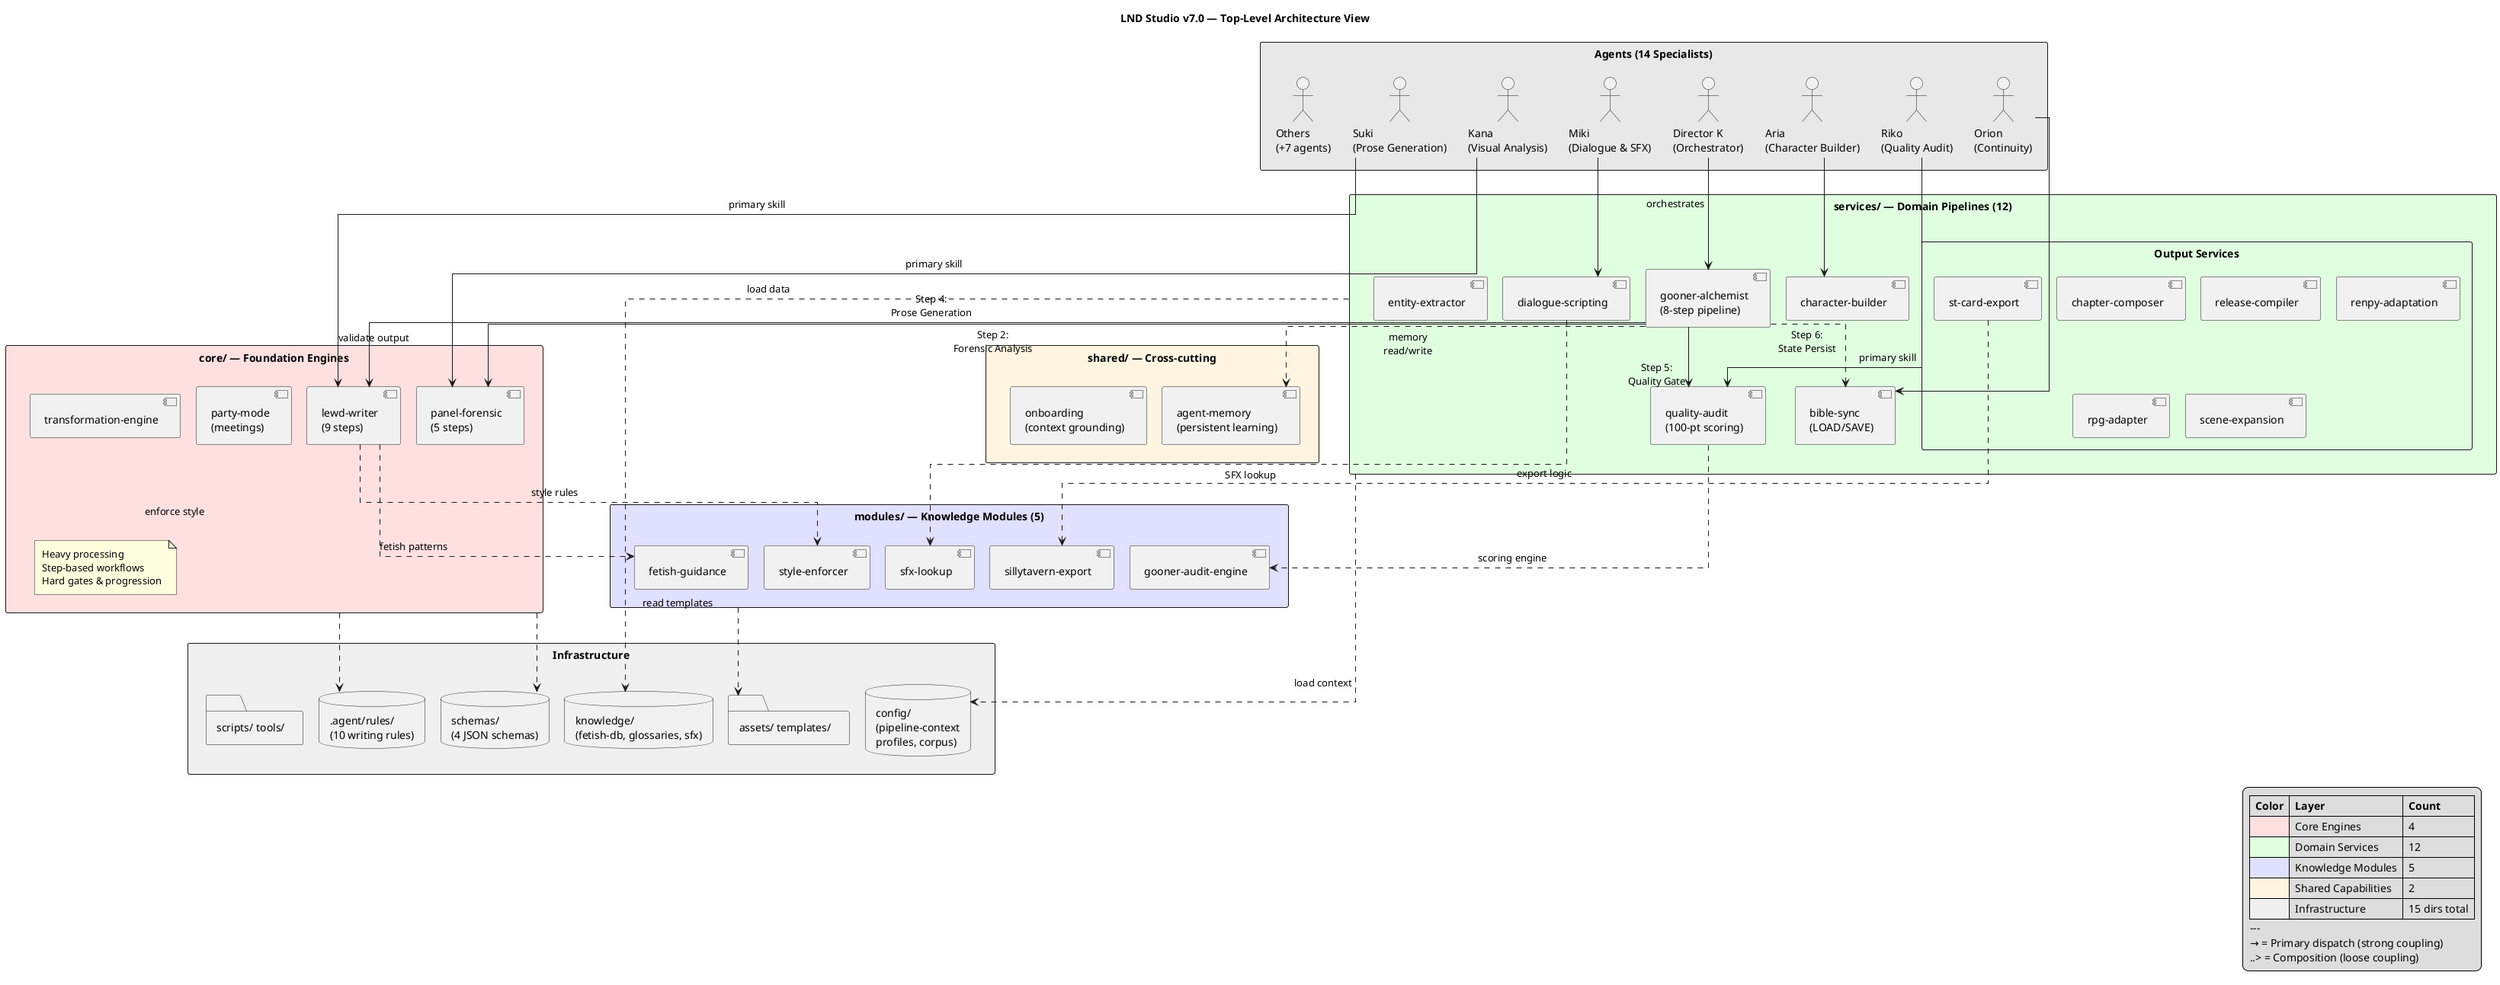
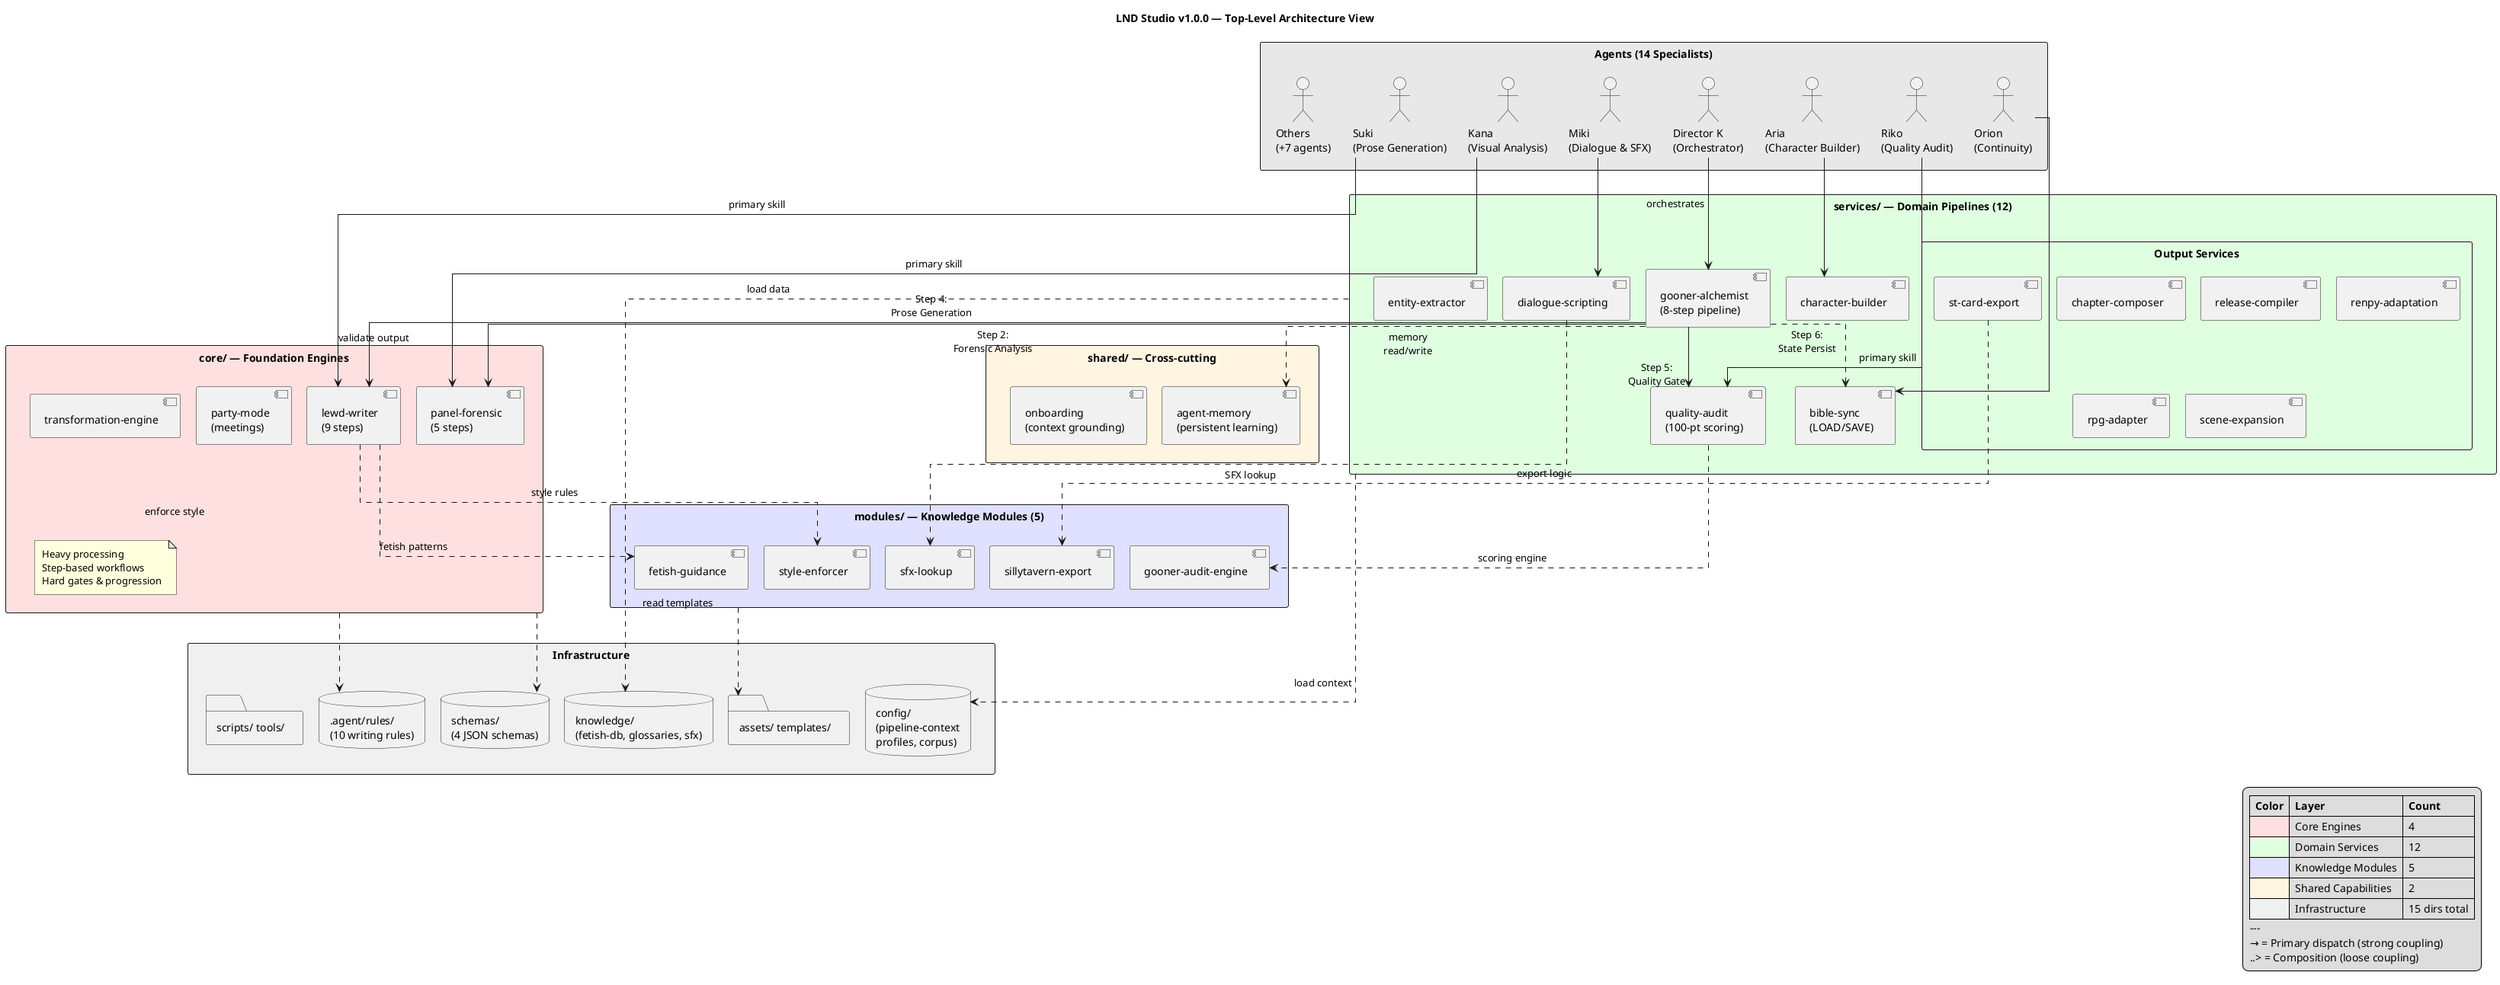
@startuml lnd_studio_top_level_view

- title LND Studio v7.0 — Top-Level Architecture View
+ title LND Studio v1.0.0 — Top-Level Architecture View
skinparam componentStyle uml2
skinparam packageStyle rectangle
skinparam linetype ortho
skinparam padding 4
skinparam nodesep 20
skinparam ranksep 30

' ============================================================
' AGENTS (external boundary)
' ============================================================
package "Agents (14 Specialists)" as AGENTS #e8e8e8 {
    actor "Director K\n(Orchestrator)" as DIR
    actor "Kana\n(Visual Analysis)" as KANA
    actor "Suki\n(Prose Generation)" as SUKI
    actor "Riko\n(Quality Audit)" as RIKO
    actor "Aria\n(Character Builder)" as ARIA
    actor "Miki\n(Dialogue & SFX)" as MIKI
    actor "Orion\n(Continuity)" as ORION
    actor "Others\n(+7 agents)" as OTHER_AGENTS
}

' ============================================================
' CORE LAYER — Foundation Engines
' ============================================================
package "core/ — Foundation Engines" as CORE #ffe0e0 {
    component "panel-forensic\n(5 steps)" as PF
    component "lewd-writer\n(9 steps)" as LW
    component "transformation-engine" as TE
    component "party-mode\n(meetings)" as PM

    note as N_CORE
        Heavy processing
        Step-based workflows
        Hard gates & progression
    end note
}

' ============================================================
' SERVICES LAYER — Business Logic Pipelines
' ============================================================
package "services/ — Domain Pipelines (12)" as SERVICES #e0ffe0 {
    component "gooner-alchemist\n(8-step pipeline)" as GA
    component "quality-audit\n(100-pt scoring)" as QA
    component "bible-sync\n(LOAD/SAVE)" as BS
    component "dialogue-scripting" as DS
    component "character-builder" as CB
    component "entity-extractor" as EE

    package "Output Services" as OUT_SVC {
        component "chapter-composer" as CC
        component "release-compiler" as RC
        component "renpy-adaptation" as RA
        component "rpg-adapter" as RPG
        component "st-card-export" as ST
        component "scene-expansion" as SE
    }
}

' ============================================================
' MODULES LAYER — Reusable Knowledge Utilities
' ============================================================
package "modules/ — Knowledge Modules (5)" as MODULES #e0e0ff {
    component "sfx-lookup" as SFX
    component "fetish-guidance" as FG
    component "gooner-audit-engine" as GAE
    component "style-enforcer" as STYLE
    component "sillytavern-export" as STE
}

' ============================================================
' SHARED — Cross-cutting Capabilities
' ============================================================
package "shared/ — Cross-cutting" as SHARED #fff5e0 {
    component "agent-memory\n(persistent learning)" as AM
    component "onboarding\n(context grounding)" as OB
}

' ============================================================
' INFRASTRUCTURE — Config, Schemas, Knowledge
' ============================================================
package "Infrastructure" as INFRA #f0f0f0 {
    database "config/\n(pipeline-context\nprofiles, corpus)" as CONFIG
    database "schemas/\n(4 JSON schemas)" as SCHEMAS
    database "knowledge/\n(fetish-db, glossaries, sfx)" as KNOWLEDGE
    database ".agent/rules/\n(10 writing rules)" as RULES
    folder "assets/ templates/" as ASSETS
    folder "scripts/ tools/" as TOOLS
}

' ============================================================
' RELATIONSHIPS — Agent → Skill
' ============================================================
DIR --> GA : orchestrates
KANA --> PF : primary skill
SUKI --> LW : primary skill
RIKO --> QA : primary skill
ARIA --> CB
MIKI --> DS
ORION --> BS

' ============================================================
' RELATIONSHIPS — Service → Core (delegation)
' ============================================================
GA -down-> PF : Step 2:\nForensic Analysis
GA -down-> LW : Step 4:\nProse Generation
GA -down-> QA : Step 5:\nQuality Gate

' ============================================================
' RELATIONSHIPS — Service → Module (composition)
' ============================================================
QA ..> GAE : scoring engine
DS ..> SFX : SFX lookup
LW ..> FG : fetish patterns
LW ..> STYLE : style rules
ST ..> STE : export logic

' ============================================================
' RELATIONSHIPS — Cross-cutting
' ============================================================
GA ..> BS : Step 6:\nState Persist
GA ..> AM : memory\nread/write
SHARED -[hidden]down- INFRA

' ============================================================
' RELATIONSHIPS — Infrastructure
' ============================================================
CORE ..> SCHEMAS : validate output
CORE ..> RULES : enforce style
SERVICES ..> CONFIG : load context
SERVICES ..> KNOWLEDGE : load data
MODULES ..> ASSETS : read templates

' ============================================================
' LEGEND
' ============================================================
legend right
    |= Color |= Layer |= Count |
    | <#ffe0e0> | Core Engines | 4 |
    | <#e0ffe0> | Domain Services | 12 |
    | <#e0e0ff> | Knowledge Modules | 5 |
    | <#fff5e0> | Shared Capabilities | 2 |
    | <#f0f0f0> | Infrastructure | 15 dirs total |
    ---
    → = Primary dispatch (strong coupling)
    ..> = Composition (loose coupling)
endlegend

@enduml
